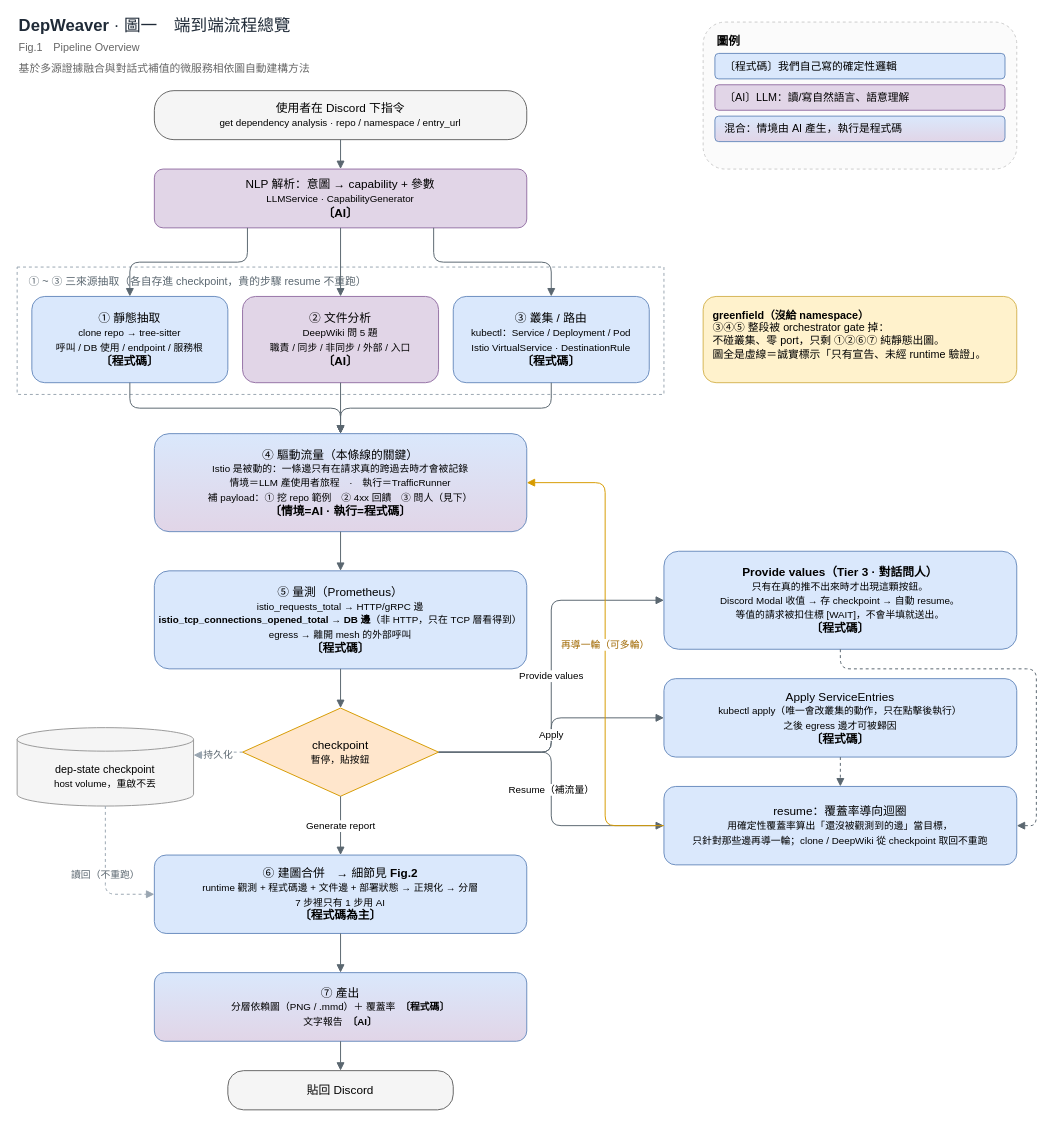
Earlier version of the draw.io diagram docs/diagrams/fig1-pipeline-overview.drawio (ANYuu531/ChatOps4Msa-Pipeline). Source tidied: cells renumbered, new cells numbered last; positions are measured from the earlier drawing's top-left corner, leaving out a move shared by most shapes. Both pictures are drawn from the tidied source at 98%, with x=0, y=0 at pixel (17, 22).
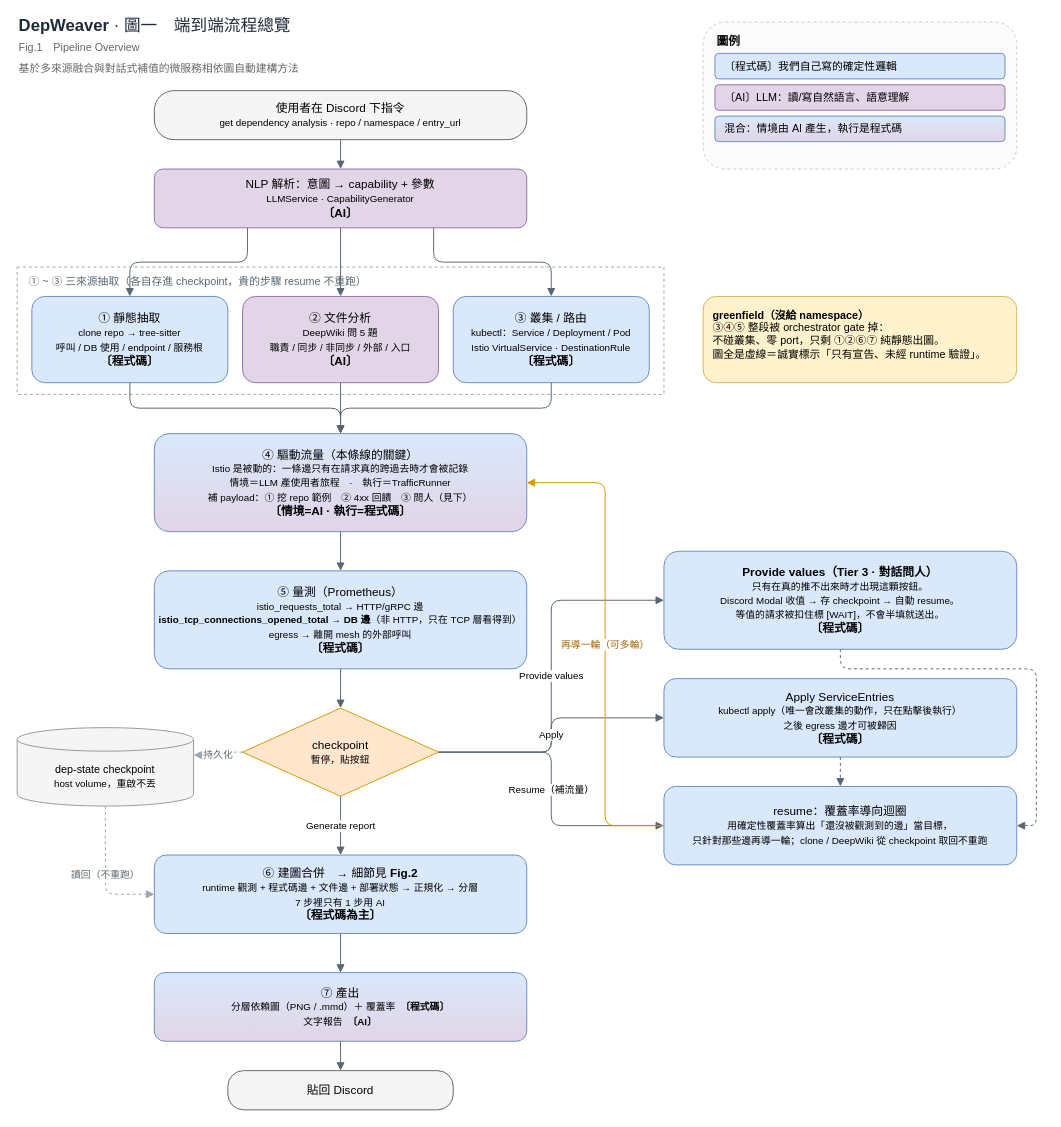
Above is the later version.

Change to the diagram source:
```diff
@@
-    <mxCell id="2" value="&lt;b&gt;DepWeaver&lt;/b&gt; · 圖一　端到端流程總覽&lt;br&gt;&lt;font style=&quot;font-size: 11px;&quot; color=&quot;#666666&quot;&gt;Fig.1　Pipeline Overview&lt;/font&gt;&lt;br&gt;&lt;font style=&quot;font-size: 11px;&quot; color=&quot;#666666&quot;&gt;基於多源證據融合與對話式補值的微服務相依圖自動建構方法&lt;/font&gt;" style="text;html=1;align=left;verticalAlign=middle;fontSize=17;fontColor=#1f2a37;" parent="1" vertex="1">
+    <mxCell id="2" value="&lt;b&gt;DepWeaver&lt;/b&gt; · 圖一　端到端流程總覽&lt;br&gt;&lt;font style=&quot;font-size: 11px;&quot; color=&quot;#666666&quot;&gt;Fig.1　Pipeline Overview&lt;/font&gt;&lt;br&gt;&lt;font style=&quot;font-size: 11px;&quot; color=&quot;#666666&quot;&gt;基於多來源融合與對話式補值的微服務相依圖自動建構方法&lt;/font&gt;" style="text;html=1;align=left;verticalAlign=middle;fontSize=17;fontColor=#1f2a37;" parent="1" vertex="1">
       <mxGeometry width="620" height="50" as="geometry" />
     </mxCell>
```
